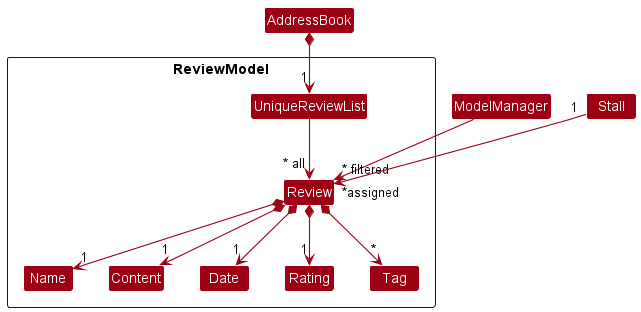
Before: docs/images/ModelReviewClassDiagram.png, a diagram exported from PlantUML (nus-cs2103-AY2223S1/tp).
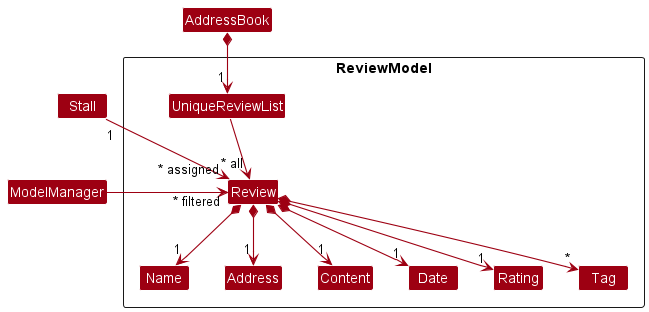
Above is the later version.

Diff of the diagram source:
```diff
@@ -7,6 +7,7 @@
 Package ReviewModel <<Rectangle>>{
 Class Review
 Class Name
+Class Address
 Class Content
 Class Date
 Class Rating
@@ -14,14 +15,17 @@
 Class UniqueReviewList
 }
 
-UniqueReviewList --> "~* all" Review
+UniqueReviewList -down-> "~* all" Review
 AddressBook *--> "1" UniqueReviewList
 Review *--> "1" Name
+Review *--> "1" Address
 Review *--> "1" Content
 Review *--> "1" Date
 Review *--> "1" Rating
 Review *--> "*" Tag
 
 ModelManager -->"~* filtered" Review
-Stall "1" --> "~*assigned" Review
+Stall -[hidden]down- ModelManager
+UniqueReviewList -[hidden]right- Stall
+Stall "1" --> "~* assigned" Review
 @enduml
```
